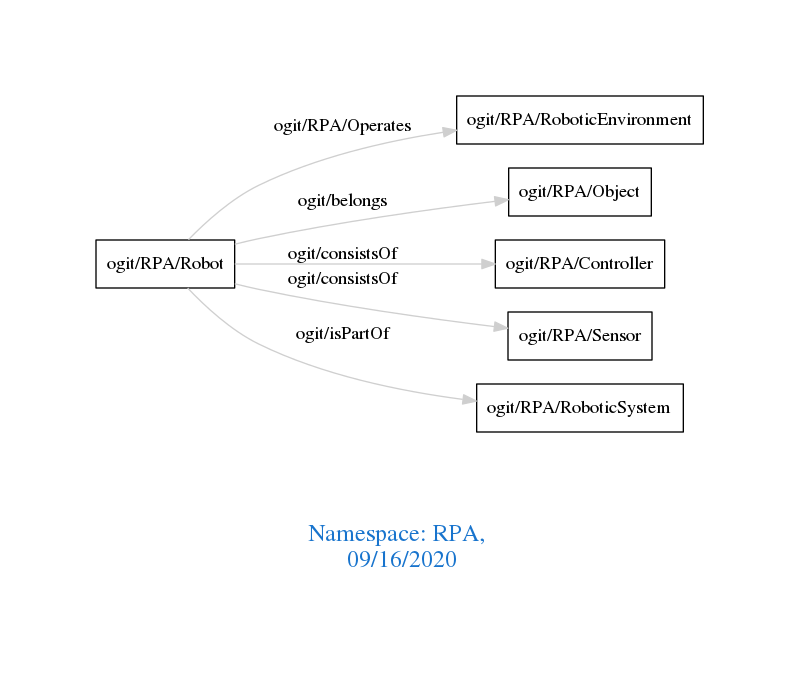
Earlier version of the Graphviz export downloads/RPA.png (arago/OGIT). Its source is kept beside it as downloads/RPA.dot. Source of this version:
```dot
digraph OGIT_ontology {
 graph [ rankdir= LR,pad=1
fontsize = 18,
fontcolor= dodgerblue3,label = "\n\n\nNamespace: RPA, \n 09/16/2020"];
node[shape=polygon];
edge [  color="gray81"];

   "ogit/RPA/Robot" -> "ogit/RPA/RoboticEnvironment" [label="   ogit/RPA/Operates    "];
   "ogit/RPA/Robot" -> "ogit/RPA/Object" [label="   ogit/belongs    "];
   "ogit/RPA/Robot" -> "ogit/RPA/Controller" [label="   ogit/consistsOf    "];
   "ogit/RPA/Robot" -> "ogit/RPA/Sensor" [label="   ogit/consistsOf    "];
   "ogit/RPA/Robot" -> "ogit/RPA/RoboticSystem" [label="   ogit/isPartOf    "];
}
```
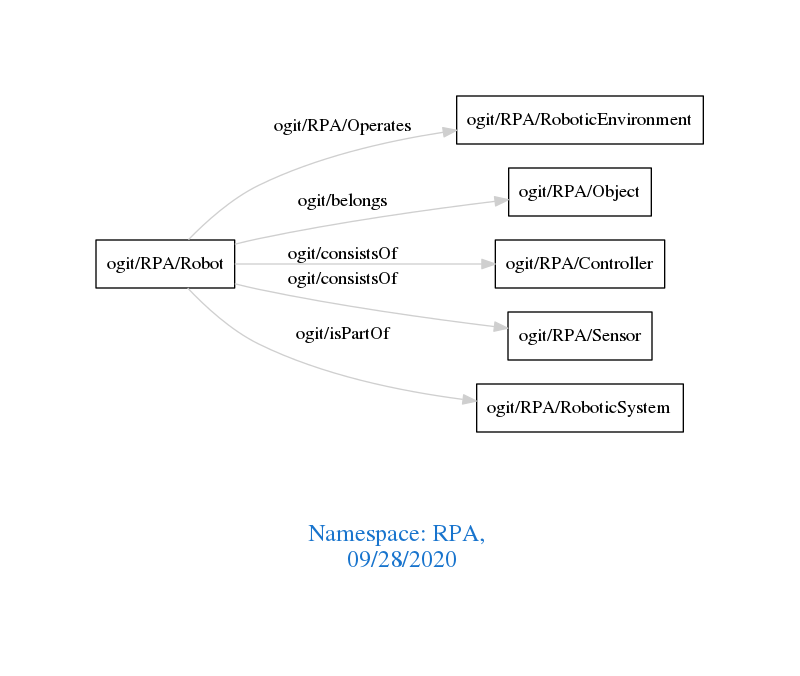
The same diagram one commit later.

What changed in the source:
```diff
@@ -1,7 +1,7 @@
 digraph OGIT_ontology {
  graph [ rankdir= LR,pad=1
 fontsize = 18,
-fontcolor= dodgerblue3,label = "\n\n\nNamespace: RPA, \n 09/16/2020"];
+fontcolor= dodgerblue3,label = "\n\n\nNamespace: RPA, \n 09/28/2020"];
 node[shape=polygon];
 edge [  color="gray81"];
 
```
